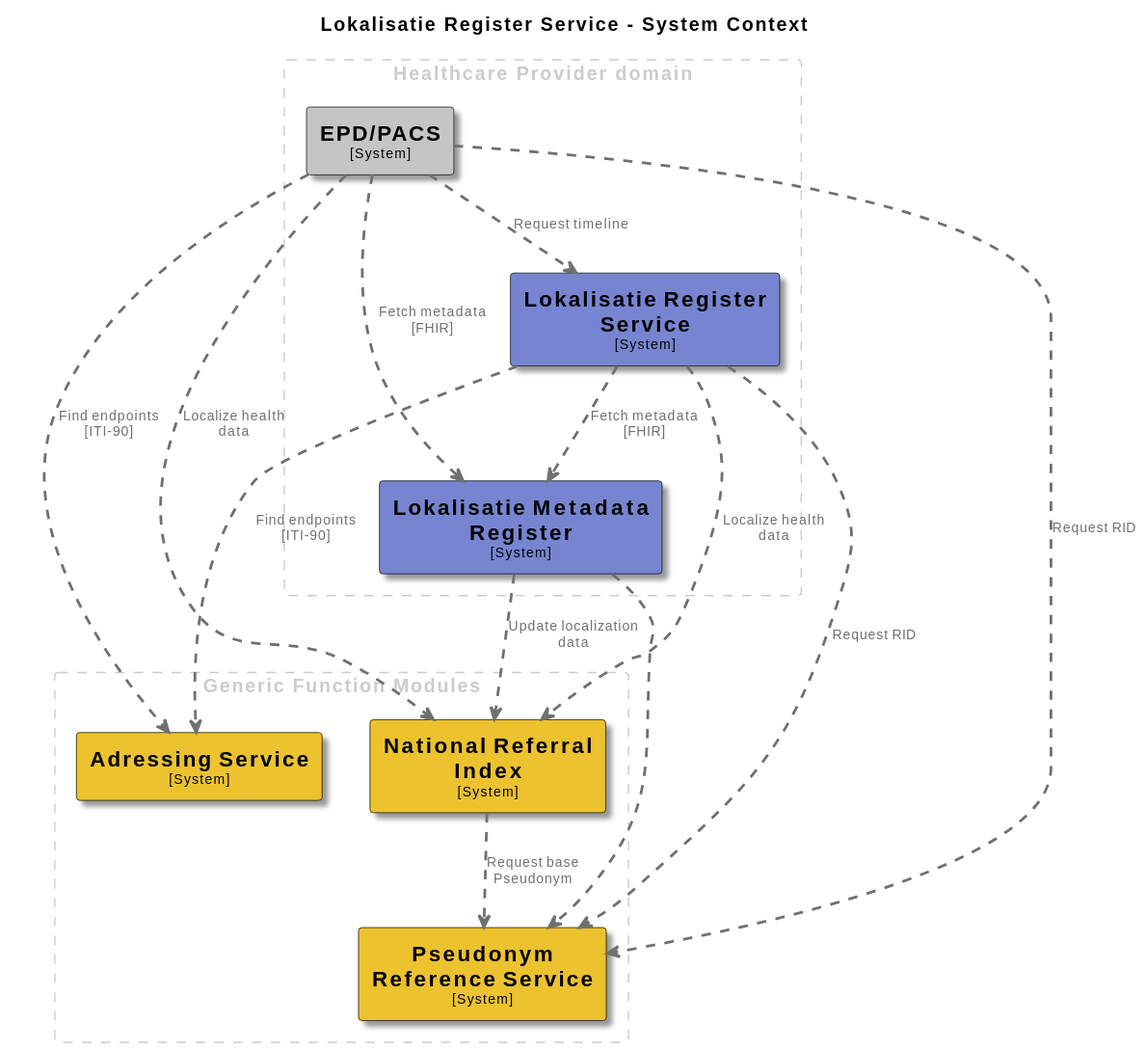
This is docs/images/structurizr-Architecture.svg from minvws/gfmodules-coordination, a PlantUML export, as it was before one commit.
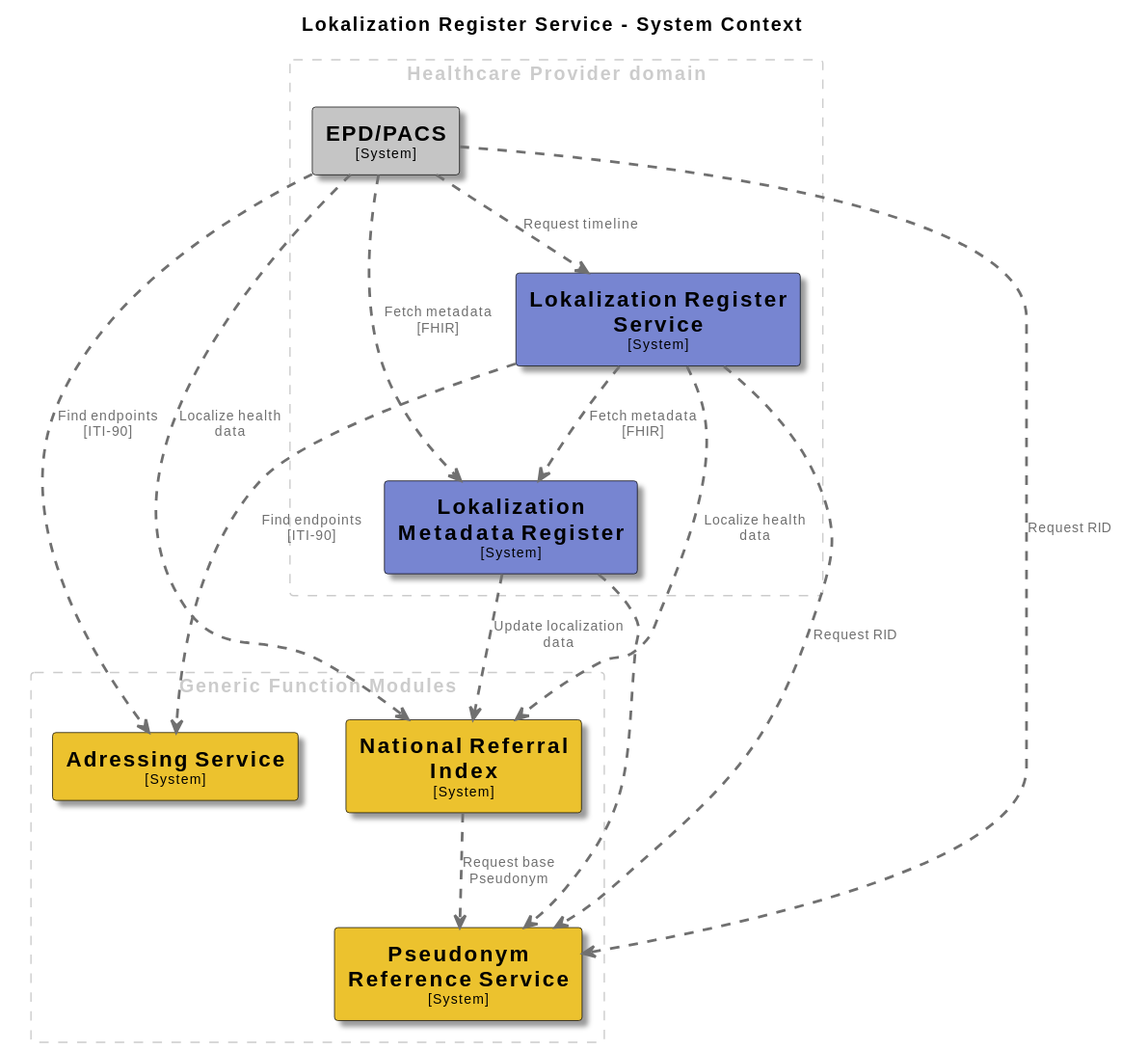
Later version of the same file.

What changed in the source:
```diff
@@ -1,6 +1,6 @@
 @startuml
 set separator none
-title Lokalisatie Register Service - System Context
+title Lokalization Register Service - System Context
 
 top to bottom direction
 
@@ -25,13 +25,13 @@
   BorderColor #000000
   shadowing true
 }
-skinparam rectangle<<LokalisatieMetadataRegister>> {
+skinparam rectangle<<LokalizationMetadataRegister>> {
   BackgroundColor #7785d1
   FontColor #000000
   BorderColor #000000
   shadowing true
 }
-skinparam rectangle<<LokalisatieRegisterService>> {
+skinparam rectangle<<LokalizationRegisterService>> {
   BackgroundColor #7785d1
   FontColor #000000
   BorderColor #000000
@@ -65,22 +65,22 @@
   skinparam RectangleFontColor<<group2>> #cccccc
   skinparam RectangleBorderStyle<<group2>> dashed
 
-  rectangle "==Lokalisatie Metadata Register\n<size:10>[System]</size>" <<LokalisatieMetadataRegister>> as LokalisatieMetadataRegister
-  rectangle "==Lokalisatie Register Service\n<size:10>[System]</size>" <<LokalisatieRegisterService>> as LokalisatieRegisterService
+  rectangle "==Lokalization Metadata Register\n<size:10>[System]</size>" <<LokalizationMetadataRegister>> as LokalizationMetadataRegister
+  rectangle "==Lokalization Register Service\n<size:10>[System]</size>" <<LokalizationRegisterService>> as LokalizationRegisterService
   rectangle "==EPD/PACS\n<size:10>[System]</size>" <<EPDPACS>> as EPDPACS
 }
 
 
-LokalisatieMetadataRegister .[#707070,thickness=2].> NationalReferralIndex : "<color:#707070>Update localization data"
+LokalizationMetadataRegister .[#707070,thickness=2].> NationalReferralIndex : "<color:#707070>Update localization data"
 NationalReferralIndex .[#707070,thickness=2].> PseudonymReferenceService : "<color:#707070>Request base Pseudonym"
-LokalisatieMetadataRegister .[#707070,thickness=2].> PseudonymReferenceService : "<color:#707070>"
-LokalisatieRegisterService .[#707070,thickness=2].> PseudonymReferenceService : "<color:#707070>Request RID"
-LokalisatieRegisterService .[#707070,thickness=2].> NationalReferralIndex : "<color:#707070>Localize health data"
-LokalisatieRegisterService .[#707070,thickness=2].> AdressingService : "<color:#707070>Find endpoints [ITI-90]"
-LokalisatieRegisterService .[#707070,thickness=2].> LokalisatieMetadataRegister : "<color:#707070>Fetch metadata [FHIR]"
+LokalizationMetadataRegister .[#707070,thickness=2].> PseudonymReferenceService : "<color:#707070>"
+LokalizationRegisterService .[#707070,thickness=2].> PseudonymReferenceService : "<color:#707070>Request RID"
+LokalizationRegisterService .[#707070,thickness=2].> NationalReferralIndex : "<color:#707070>Localize health data"
+LokalizationRegisterService .[#707070,thickness=2].> AdressingService : "<color:#707070>Find endpoints [ITI-90]"
+LokalizationRegisterService .[#707070,thickness=2].> LokalizationMetadataRegister : "<color:#707070>Fetch metadata [FHIR]"
 EPDPACS .[#707070,thickness=2].> NationalReferralIndex : "<color:#707070>Localize health data"
 EPDPACS .[#707070,thickness=2].> AdressingService : "<color:#707070>Find endpoints [ITI-90]"
-EPDPACS .[#707070,thickness=2].> LokalisatieMetadataRegister : "<color:#707070>Fetch metadata [FHIR]"
+EPDPACS .[#707070,thickness=2].> LokalizationMetadataRegister : "<color:#707070>Fetch metadata [FHIR]"
 EPDPACS .[#707070,thickness=2].> PseudonymReferenceService : "<color:#707070>Request RID"
-EPDPACS .[#707070,thickness=2].> LokalisatieRegisterService : "<color:#707070>Request timeline"
+EPDPACS .[#707070,thickness=2].> LokalizationRegisterService : "<color:#707070>Request timeline"
 @enduml
```
